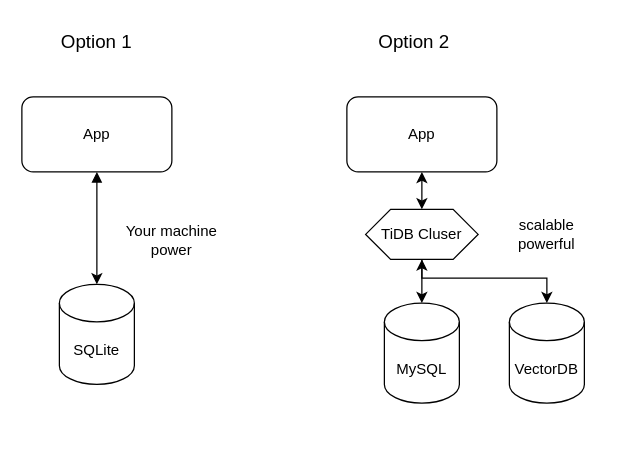
Before: page "TiDBOperations" (3 of 4) of assets/Solution Design Diagram.drawio in datagero/pico-scholar, a draw.io diagram. Source tidied: cells renumbered, new cells numbered last; positions are measured from the earlier drawing's top-left corner, leaving out a move shared by most shapes. Both pictures are drawn from the tidied source at 125%, with x=0, y=0 at pixel (21, 21).
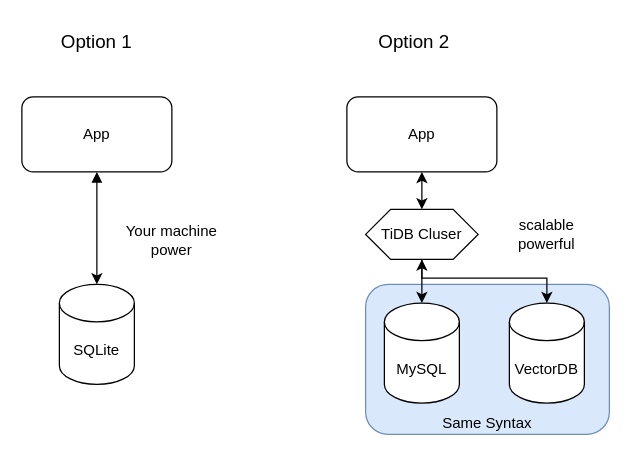
The same diagram, later.

The edit, as a diff of the source:
```diff
@@
 <mxGraphModel>
   <root>
     <mxCell id="0" />
     <mxCell id="1" parent="0" />
+    <mxCell id="16" value="Same Syntax" style="rounded=1;whiteSpace=wrap;html=1;fillColor=#dae8fc;strokeColor=#6c8ebf;verticalAlign=bottom;" parent="1" vertex="1">
+      <mxGeometry x="275" y="210" width="195" height="120" as="geometry" />
+    </mxCell>
     <mxCell id="2" value="SQLite" style="shape=cylinder3;whiteSpace=wrap;html=1;boundedLbl=1;backgroundOutline=1;size=15;" parent="1" vertex="1">
       <mxGeometry x="30" y="210" width="60" height="80" as="geometry" />
     </mxCell>
     <mxCell id="3" value="MySQL" style="shape=cylinder3;whiteSpace=wrap;html=1;boundedLbl=1;backgroundOutline=1;size=15;" parent="1" vertex="1">
       <mxGeometry x="290" y="225" width="60" height="80" as="geometry" />
     </mxCell>
     <mxCell id="4" value="App" style="rounded=1;whiteSpace=wrap;html=1;" parent="1" vertex="1">
       <mxGeometry y="60" width="120" height="60" as="geometry" />
     </mxCell>
     <mxCell id="5" style="edgeStyle=orthogonalEdgeStyle;rounded=0;jettySize=auto;html=1;exitX=0.5;exitY=1;exitDx=0;exitDy=0;startArrow=classic;startFill=1;" parent="1" edge="1" source="14" target="3">
       <mxGeometry relative="1" as="geometry" />
     </mxCell>
     <mxCell id="6" value="App" style="rounded=1;whiteSpace=wrap;html=1;" parent="1" vertex="1">
       <mxGeometry x="260" y="60" width="120" height="60" as="geometry" />
     </mxCell>
     <mxCell id="7" style="edgeStyle=orthogonalEdgeStyle;rounded=0;jettySize=auto;html=1;exitX=0.5;exitY=1;exitDx=0;exitDy=0;entryX=0.5;entryY=0;entryDx=0;entryDy=0;entryPerimeter=0;startArrow=block;startFill=1;" parent="1" edge="1" source="4" target="2">
       <mxGeometry relative="1" as="geometry" />
     </mxCell>
     <mxCell id="8" value="Option 1" style="text;html=1;align=center;verticalAlign=middle;whiteSpace=wrap;rounded=0;fontSize=15;" parent="1" vertex="1">
       <mxGeometry x="30" width="60" height="30" as="geometry" />
     </mxCell>
     <mxCell id="9" value="Option 2" style="text;html=1;align=center;verticalAlign=middle;whiteSpace=wrap;rounded=0;fontSize=15;" parent="1" vertex="1">
       <mxGeometry x="284" width="60" height="30" as="geometry" />
     </mxCell>
     <mxCell id="10" value="Your machine power" style="text;html=1;align=center;verticalAlign=middle;whiteSpace=wrap;rounded=0;" parent="1" vertex="1">
       <mxGeometry x="80" y="160" width="80" height="30" as="geometry" />
     </mxCell>
     <mxCell id="11" value="scalable&lt;div&gt;powerful&lt;/div&gt;" style="text;html=1;align=center;verticalAlign=middle;whiteSpace=wrap;rounded=0;" parent="1" vertex="1">
       <mxGeometry x="380" y="140" width="80" height="60" as="geometry" />
     </mxCell>
     <mxCell id="12" style="edgeStyle=orthogonalEdgeStyle;rounded=0;jettySize=auto;html=1;exitX=0.5;exitY=1;exitDx=0;exitDy=0;startArrow=classic;startFill=1;" parent="1" edge="1" source="6" target="14">
       <mxGeometry relative="1" as="geometry" />
     </mxCell>
     <mxCell id="13" style="edgeStyle=orthogonalEdgeStyle;rounded=0;jettySize=auto;html=1;exitX=0.5;exitY=1;exitDx=0;exitDy=0;entryX=0.5;entryY=0;entryDx=0;entryDy=0;entryPerimeter=0;" parent="1" edge="1" source="14" target="15">
       <mxGeometry relative="1" as="geometry">
         <Array as="points">
           <mxPoint x="320" y="205" />
           <mxPoint x="420" y="205" />
         </Array>
       </mxGeometry>
     </mxCell>
     <mxCell id="14" value="TiDB Cluser" style="shape=hexagon;perimeter=hexagonPerimeter2;whiteSpace=wrap;html=1;fixedSize=1;" parent="1" vertex="1">
       <mxGeometry x="275" y="150" width="90" height="40" as="geometry" />
     </mxCell>
     <mxCell id="15" value="VectorDB" style="shape=cylinder3;whiteSpace=wrap;html=1;boundedLbl=1;backgroundOutline=1;size=15;" parent="1" vertex="1">
       <mxGeometry x="390" y="225" width="60" height="80" as="geometry" />
     </mxCell>
   </root>
 </mxGraphModel>
```
